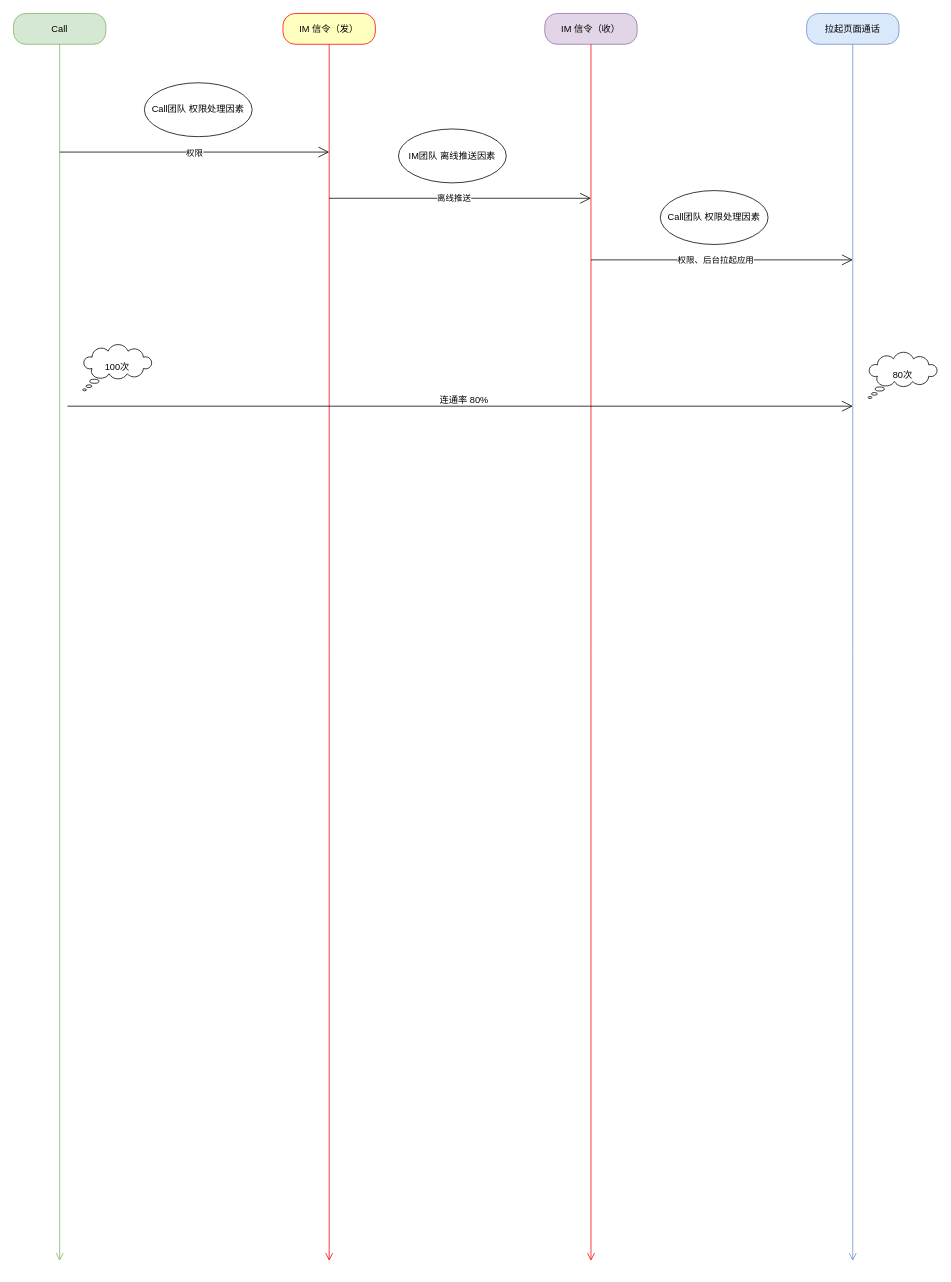
Before: diagrams/连通率.drawio in paopaosecret/resources, a draw.io diagram. Source tidied: cells renumbered, new cells numbered last; positions are measured from the earlier drawing's top-left corner, leaving out a move shared by most shapes. Both pictures are drawn from the tidied source at 77%, with x=0, y=0 at pixel (13, 13).
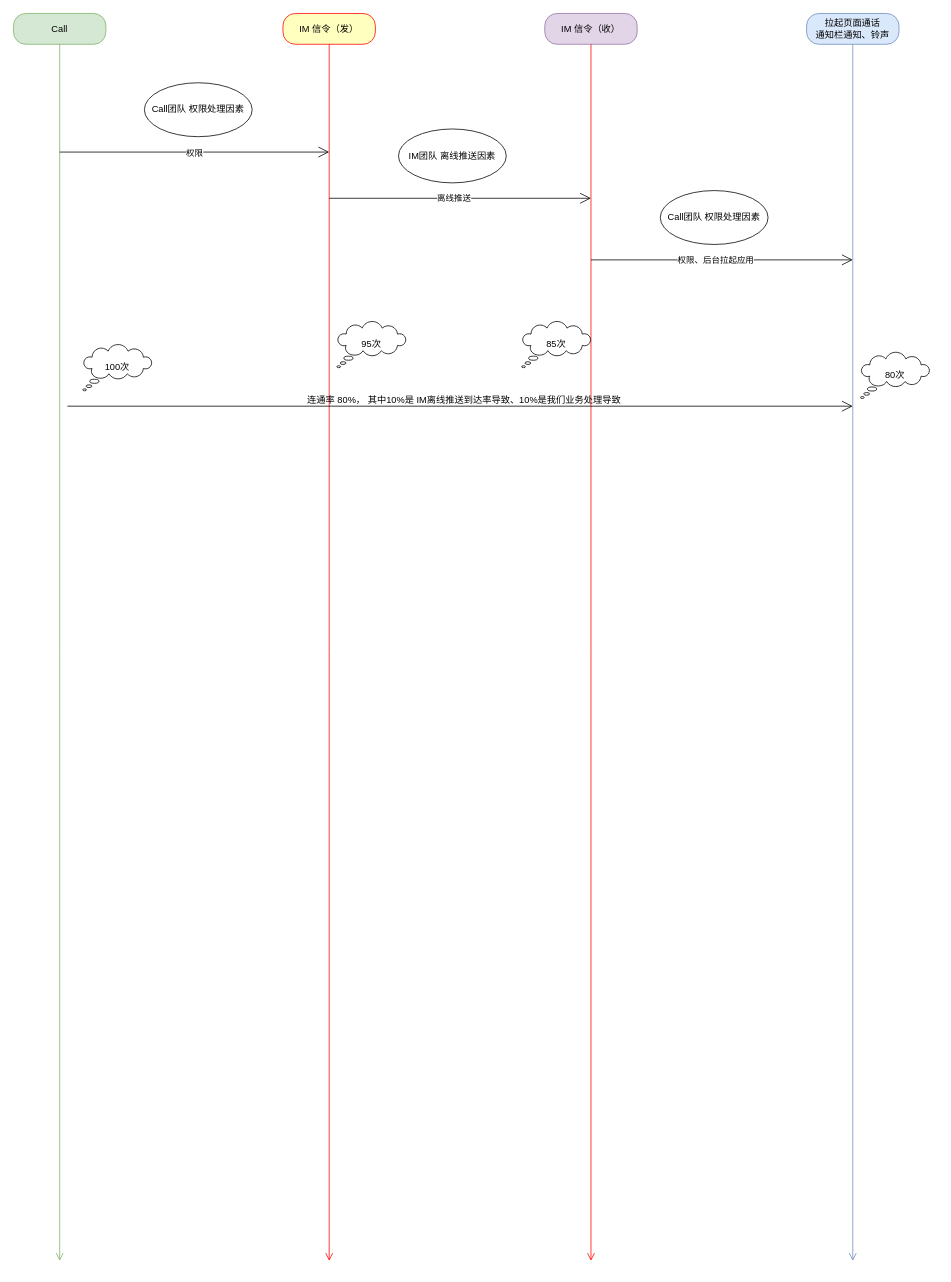
The same page after the edit.

Commit message (it also covers changes not shown here):
更新连通率.drawio

The edit, as a diff of the source:
```diff
@@
-    <mxCell id="8" value="拉起页面通话" style="rounded=1;whiteSpace=wrap;html=1;arcSize=40;fillColor=#dae8fc;strokeColor=#6c8ebf;" parent="1" vertex="1">
+    <mxCell id="8" value="拉起页面通话&lt;br&gt;通知栏通知、铃声" style="rounded=1;whiteSpace=wrap;html=1;arcSize=40;fillColor=#dae8fc;strokeColor=#6c8ebf;" parent="1" vertex="1">
       <mxGeometry x="1030" width="120" height="40" as="geometry" />
     </mxCell>
@@
     <mxCell id="20" value="80次" style="whiteSpace=wrap;html=1;shape=mxgraph.basic.cloud_callout;" parent="1" vertex="1">
-      <mxGeometry x="1110" y="440" width="90" height="60" as="geometry" />
+      <mxGeometry x="1100" y="440" width="90" height="60" as="geometry" />
     </mxCell>
@@
-    <mxCell id="22" value="连通率 80%" style="text;html=1;align=center;verticalAlign=middle;strokeColor=none;fillColor=none;" parent="1" vertex="1">
-      <mxGeometry x="540" y="488" width="90" height="30" as="geometry" />
+    <mxCell id="22" value="连通率 80%， 其中10%是 IM离线推送到达率导致、10%是我们业务处理导致" style="text;html=1;align=center;verticalAlign=middle;strokeColor=none;fillColor=none;" parent="1" vertex="1">
+      <mxGeometry x="370" y="488" width="430" height="30" as="geometry" />
     </mxCell>
+    <mxCell id="23" value="95次" style="whiteSpace=wrap;html=1;shape=mxgraph.basic.cloud_callout;" parent="1" vertex="1">
+      <mxGeometry x="420" y="400" width="90" height="60" as="geometry" />
+    </mxCell>
+    <mxCell id="24" value="85次" style="whiteSpace=wrap;html=1;shape=mxgraph.basic.cloud_callout;" parent="1" vertex="1">
+      <mxGeometry x="660" y="400" width="90" height="60" as="geometry" />
+    </mxCell>
```
